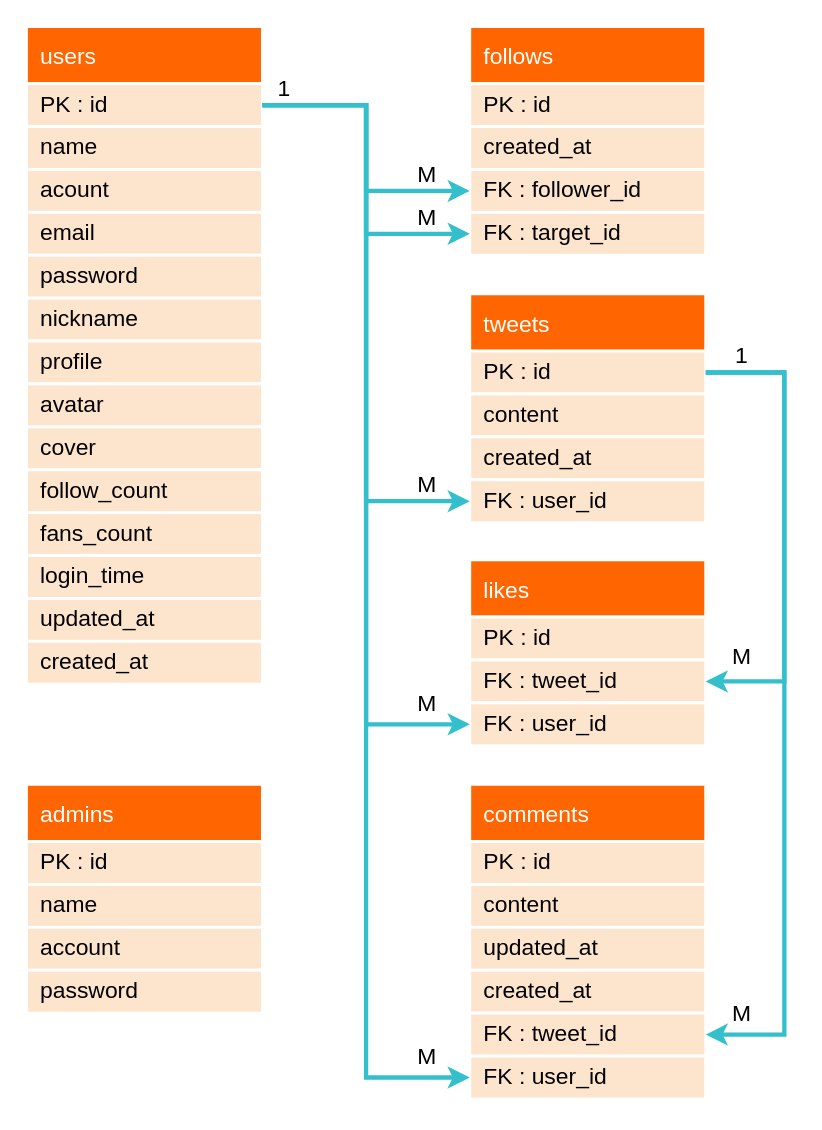
Earlier version of the draw.io diagram Simple Tweet ERD+Schema-ver.1.drawio (z88243310/bins). Source tidied: cells renumbered, new cells numbered last; positions are measured from the earlier drawing's top-left corner, leaving out a move shared by most shapes. Both pictures are drawn from the tidied source at 143%, with x=0, y=0 at pixel (26, 26).
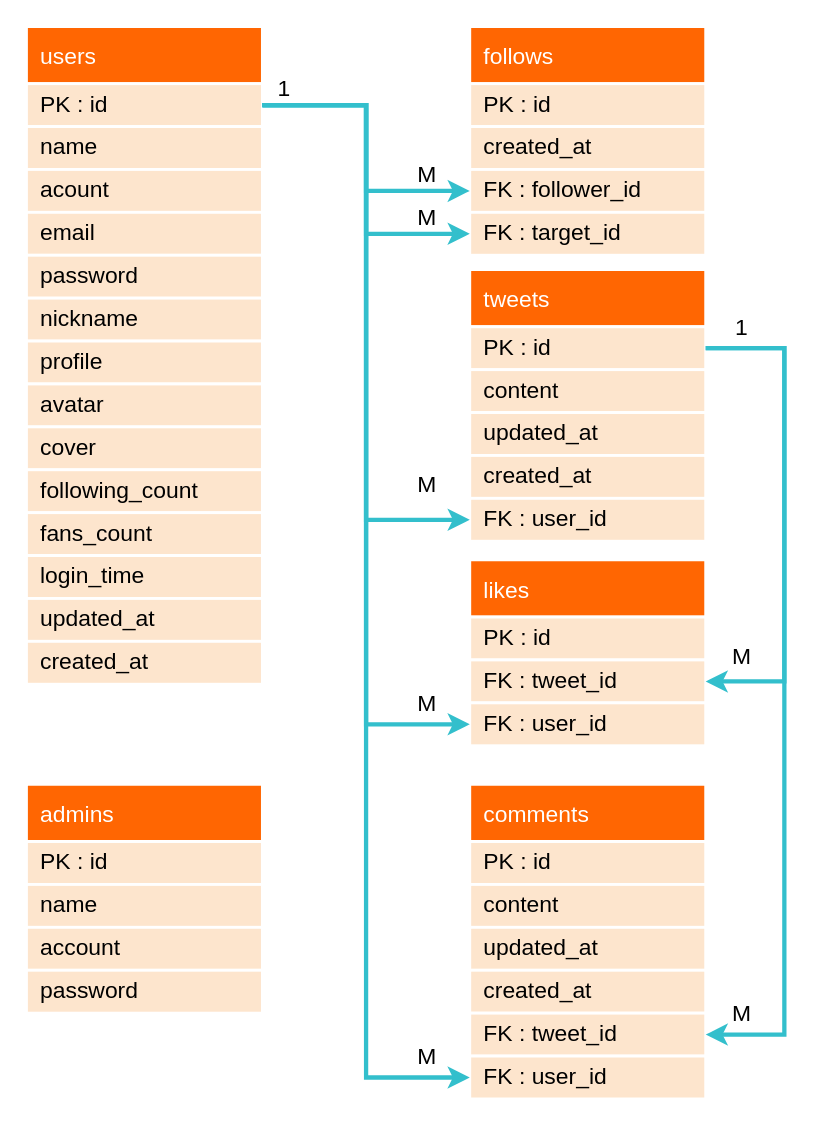
After the change.

Unchanged cells that the change refers to:
```xml
<mxCell id="2" value="users" style="swimlane;fontStyle=0;horizontal=1;startSize=40;align=left;fontSize=16;fontColor=#FFFFFF;fillColor=#FF6602;spacing=0;strokeColor=#FFFFFF;strokeWidth=2;spacingLeft=10;" parent="1" vertex="1">
  <mxGeometry width="165" height="460" as="geometry" />
</mxCell>
<mxCell id="27" value="FK : tweet_id" style="text;strokeColor=#FFFFFF;fillColor=#FDE5CD;spacingLeft=10;spacingRight=0;overflow=hidden;points=[[0,0.5],[1,0.5]];portConstraint=eastwest;fontSize=16;strokeWidth=2;sketch=0;shadow=0;rounded=0;glass=0;spacing=0;" parent="22" vertex="1">
  <mxGeometry y="160" width="165" height="30" as="geometry" />
</mxCell>
<mxCell id="31" value="FK : tweet_id" style="text;strokeColor=#FFFFFF;fillColor=#FDE5CD;spacingLeft=10;spacingRight=0;overflow=hidden;points=[[0,0.5],[1,0.5]];portConstraint=eastwest;fontSize=16;strokeWidth=2;sketch=0;shadow=0;rounded=0;glass=0;spacing=0;" parent="29" vertex="1">
  <mxGeometry y="70" width="165" height="30" as="geometry" />
</mxCell>
<mxCell id="34" value="PK : id" style="text;strokeColor=#FFFFFF;fillColor=#FDE5CD;spacingLeft=10;spacingRight=0;overflow=hidden;points=[[0,0.5],[1,0.5]];portConstraint=eastwest;fontSize=16;strokeWidth=2;perimeterSpacing=0;sketch=0;shadow=0;rounded=0;glass=0;spacing=0;fontStyle=0;" parent="33" vertex="1">
  <mxGeometry y="40" width="165" height="30" as="geometry" />
</mxCell>
```

What changed in the source:
```diff
@@
-    <mxCell id="12" value="follow_count" style="text;strokeColor=#FFFFFF;fillColor=#FDE5CD;spacingLeft=10;spacingRight=0;overflow=hidden;fontSize=16;strokeWidth=2;sketch=0;shadow=0;rounded=0;glass=0;spacing=0;" parent="2" vertex="1">
+    <mxCell id="12" value="following_count" style="text;strokeColor=#FFFFFF;fillColor=#FDE5CD;spacingLeft=10;spacingRight=0;overflow=hidden;fontSize=16;strokeWidth=2;sketch=0;shadow=0;rounded=0;glass=0;spacing=0;" parent="2" vertex="1">
       <mxGeometry y="310" width="165" height="30" as="geometry" />
     </mxCell>
@@
     <mxCell id="33" value="tweets" style="swimlane;fontStyle=0;horizontal=1;startSize=40;align=left;fontSize=16;fontColor=#FFFFFF;fillColor=#FF6602;spacing=0;strokeColor=#FFFFFF;strokeWidth=2;spacingLeft=10;" parent="1" vertex="1">
-      <mxGeometry x="310" y="187" width="165" height="160" as="geometry" />
+      <mxGeometry x="310" y="170" width="165" height="190" as="geometry" />
     </mxCell>
@@
+    <mxCell id="59" value="updated_at" style="text;strokeColor=#FFFFFF;fillColor=#FDE5CD;spacingLeft=10;spacingRight=0;overflow=hidden;fontSize=16;strokeWidth=2;sketch=0;shadow=0;rounded=0;glass=0;spacing=0;" parent="33" vertex="1">
+      <mxGeometry y="100" width="165" height="30" as="geometry" />
+    </mxCell>
     <mxCell id="36" value="created_at" style="text;strokeColor=#FFFFFF;fillColor=#FDE5CD;spacingLeft=10;spacingRight=0;overflow=hidden;fontSize=16;strokeWidth=2;sketch=0;shadow=0;rounded=0;glass=0;spacing=0;" parent="33" vertex="1">
-      <mxGeometry y="100" width="165" height="30" as="geometry" />
+      <mxGeometry y="130" width="165" height="30" as="geometry" />
     </mxCell>
     <mxCell id="37" value="FK : user_id" style="text;strokeColor=#FFFFFF;fillColor=#FDE5CD;spacingLeft=10;spacingRight=0;overflow=hidden;points=[[0,0.5],[1,0.5]];portConstraint=eastwest;fontSize=16;strokeWidth=2;sketch=0;shadow=0;rounded=0;glass=0;spacing=0;" parent="33" vertex="1">
-      <mxGeometry y="130" width="165" height="30" as="geometry" />
+      <mxGeometry y="160" width="165" height="30" as="geometry" />
     </mxCell>
@@
     <mxCell id="48" style="edgeStyle=orthogonalEdgeStyle;rounded=0;jettySize=auto;html=1;fontSize=16;fontColor=#FFFFFF;strokeWidth=3;strokeColor=#33BFCC;entryX=1;entryY=0.5;entryDx=0;entryDy=0;exitX=1;exitY=0.5;exitDx=0;exitDy=0;" parent="1" edge="1" source="34" target="31">
       <mxGeometry relative="1" as="geometry">
         <Array as="points">
-          <mxPoint x="530" y="242" />
+          <mxPoint x="530" y="225" />
           <mxPoint x="530" y="458" />
         </Array>
       </mxGeometry>
     </mxCell>
@@
     <mxCell id="55" style="edgeStyle=orthogonalEdgeStyle;rounded=0;jettySize=auto;html=1;fontSize=16;fontColor=#FFFFFF;strokeWidth=3;strokeColor=#33BFCC;entryX=1;entryY=0.5;entryDx=0;entryDy=0;exitX=1;exitY=0.5;exitDx=0;exitDy=0;" parent="1" edge="1" source="34" target="27">
       <mxGeometry relative="1" as="geometry">
         <Array as="points">
-          <mxPoint x="530" y="242" />
+          <mxPoint x="530" y="225" />
           <mxPoint x="530" y="705" />
         </Array>
       </mxGeometry>
     </mxCell>
@@
     <mxCell id="57" value="&lt;div&gt;1&lt;/div&gt;" style="text;html=1;align=center;verticalAlign=middle;strokeColor=none;fillColor=none;fontSize=16;fontColor=#000000;" parent="1" vertex="1">
-      <mxGeometry x="490" y="220" width="20" height="20" as="geometry" />
+      <mxGeometry x="490" y="200" width="20" height="20" as="geometry" />
     </mxCell>
```
